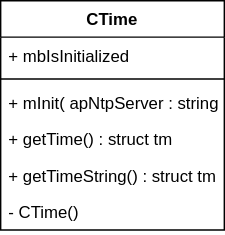
Before: uml/ntp-diagram.drawio.svg, a diagram exported from draw.io (SenseBoxTI/FirmwareDesign). Source tidied: cells renumbered, new cells last; positions are measured from the earlier drawing's top-left corner, leaving out a move shared by most shapes. Its diagram source:
```xml
<mxGraphModel>
  <root>
    <mxCell id="0" />
    <mxCell id="1" parent="0" />
    <mxCell id="2" value="CTime" style="swimlane;fontStyle=1;align=center;verticalAlign=top;horizontal=1;startSize=26;" parent="1" vertex="1">
      <mxGeometry width="160" height="164" as="geometry" />
    </mxCell>
    <mxCell id="3" value="+ mbIsInitialized" style="text;strokeColor=none;fillColor=none;align=left;verticalAlign=top;spacingLeft=4;spacingRight=4;overflow=hidden;" parent="2" vertex="1">
      <mxGeometry y="26" width="160" height="26" as="geometry" />
    </mxCell>
    <mxCell id="4" style="line;strokeWidth=1;fillColor=none;align=left;verticalAlign=middle;spacingTop=-1;spacingLeft=3;spacingRight=3;labelPosition=right;" parent="2" vertex="1">
      <mxGeometry y="52" width="160" height="8" as="geometry" />
    </mxCell>
    <mxCell id="5" value="+ mInit( apNtpServer : string )" style="text;strokeColor=none;fillColor=none;align=left;verticalAlign=top;spacingLeft=4;spacingRight=4;overflow=hidden;" parent="2" vertex="1">
      <mxGeometry y="60" width="160" height="26" as="geometry" />
    </mxCell>
    <mxCell id="6" value="+ getTime() : struct tm" style="text;strokeColor=none;fillColor=none;align=left;verticalAlign=top;spacingLeft=4;spacingRight=4;overflow=hidden;" parent="2" vertex="1">
      <mxGeometry y="86" width="160" height="26" as="geometry" />
    </mxCell>
    <mxCell id="7" value="+ getTimeString() : struct tm" style="text;strokeColor=none;fillColor=none;align=left;verticalAlign=top;spacingLeft=4;spacingRight=4;overflow=hidden;" parent="2" vertex="1">
      <mxGeometry y="112" width="160" height="26" as="geometry" />
    </mxCell>
    <mxCell id="8" value="- CTime()" style="text;strokeColor=none;fillColor=none;align=left;verticalAlign=top;spacingLeft=4;spacingRight=4;overflow=hidden;" parent="2" vertex="1">
      <mxGeometry y="138" width="160" height="26" as="geometry" />
    </mxCell>
  </root>
</mxGraphModel>
```
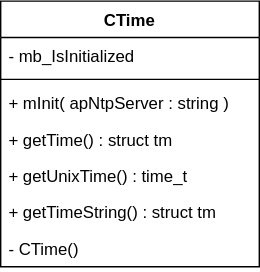
After the commit.

Commit message:
add getunixtime member function

IsInitialized is private

Change to the diagram source:
```diff
@@ -3,25 +3,28 @@
     <mxCell id="0" />
     <mxCell id="1" parent="0" />
     <mxCell id="2" value="CTime" style="swimlane;fontStyle=1;align=center;verticalAlign=top;horizontal=1;startSize=26;" parent="1" vertex="1">
-      <mxGeometry width="160" height="164" as="geometry" />
+      <mxGeometry width="185" height="190" as="geometry" />
     </mxCell>
-    <mxCell id="3" value="+ mbIsInitialized" style="text;strokeColor=none;fillColor=none;align=left;verticalAlign=top;spacingLeft=4;spacingRight=4;overflow=hidden;" parent="2" vertex="1">
-      <mxGeometry y="26" width="160" height="26" as="geometry" />
+    <mxCell id="3" value="- mb_IsInitialized" style="text;strokeColor=none;fillColor=none;align=left;verticalAlign=top;spacingLeft=4;spacingRight=4;overflow=hidden;" parent="2" vertex="1">
+      <mxGeometry y="26" width="185" height="26" as="geometry" />
     </mxCell>
     <mxCell id="4" style="line;strokeWidth=1;fillColor=none;align=left;verticalAlign=middle;spacingTop=-1;spacingLeft=3;spacingRight=3;labelPosition=right;" parent="2" vertex="1">
-      <mxGeometry y="52" width="160" height="8" as="geometry" />
+      <mxGeometry y="52" width="185" height="8" as="geometry" />
     </mxCell>
     <mxCell id="5" value="+ mInit( apNtpServer : string )" style="text;strokeColor=none;fillColor=none;align=left;verticalAlign=top;spacingLeft=4;spacingRight=4;overflow=hidden;" parent="2" vertex="1">
-      <mxGeometry y="60" width="160" height="26" as="geometry" />
+      <mxGeometry y="60" width="185" height="26" as="geometry" />
     </mxCell>
     <mxCell id="6" value="+ getTime() : struct tm" style="text;strokeColor=none;fillColor=none;align=left;verticalAlign=top;spacingLeft=4;spacingRight=4;overflow=hidden;" parent="2" vertex="1">
-      <mxGeometry y="86" width="160" height="26" as="geometry" />
+      <mxGeometry y="86" width="185" height="26" as="geometry" />
     </mxCell>
+    <mxCell id="9" value="+ getUnixTime() : time_t" style="text;strokeColor=none;fillColor=none;align=left;verticalAlign=top;spacingLeft=4;spacingRight=4;overflow=hidden;" parent="2" vertex="1">
+      <mxGeometry y="112" width="185" height="26" as="geometry" />
+    </mxCell>
     <mxCell id="7" value="+ getTimeString() : struct tm" style="text;strokeColor=none;fillColor=none;align=left;verticalAlign=top;spacingLeft=4;spacingRight=4;overflow=hidden;" parent="2" vertex="1">
-      <mxGeometry y="112" width="160" height="26" as="geometry" />
+      <mxGeometry y="138" width="185" height="26" as="geometry" />
     </mxCell>
     <mxCell id="8" value="- CTime()" style="text;strokeColor=none;fillColor=none;align=left;verticalAlign=top;spacingLeft=4;spacingRight=4;overflow=hidden;" parent="2" vertex="1">
-      <mxGeometry y="138" width="160" height="26" as="geometry" />
+      <mxGeometry y="164" width="185" height="26" as="geometry" />
     </mxCell>
   </root>
 </mxGraphModel>
```
